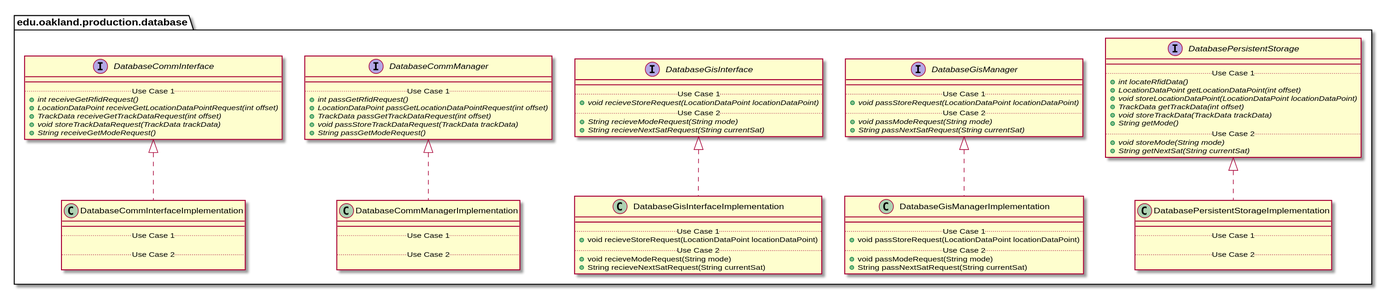
elilley15/csi-3370-software-project keeps this PlantUML diagram as docs/uml-class-diagrams/database/production/DatabaseProductionPackage_InternalDependencies.svg. Above is the earlier version.
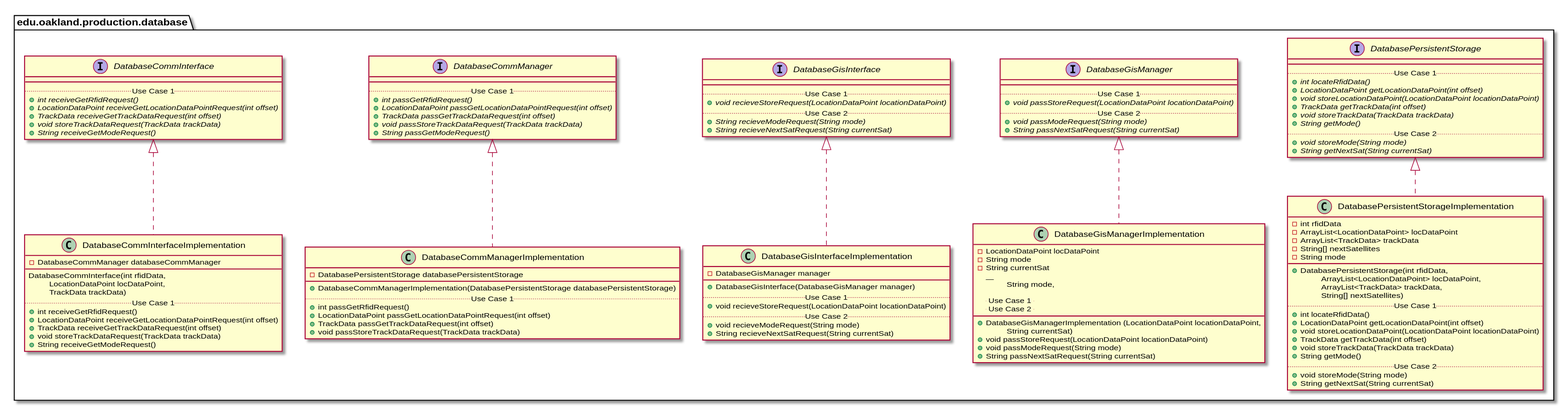
The same diagram one commit later.

Diff of the diagram source:
```diff
@@ -74,11 +74,17 @@
 
 package edu.oakland.production.database {
     class DatabaseCommInterfaceImplementation {
+        - DatabaseCommManager databaseCommManager
         __
+        DatabaseCommInterface(int rfidData,
+        \tLocationDataPoint locDataPoint,
+        \tTrackData trackData)
         .. Use Case 1 ..
-
-        .. Use Case 2 ..
-
+        + int receiveGetRfidRequest()
+        + LocationDataPoint receiveGetLocationDataPointRequest(int offset)
+        + TrackData receiveGetTrackDataRequest(int offset)
+        + void storeTrackDataRequest(TrackData trackData)
+        + String receiveGetModeRequest()
     }
 }
 
@@ -87,11 +93,14 @@
 
 package edu.oakland.production.database {
     class DatabaseCommManagerImplementation {
+        - DatabasePersistentStorage databasePersistentStorage
         __
+        + DatabaseCommManagerImplementation(DatabasePersistentStorage databasePersistentStorage)
         .. Use Case 1 ..
-
-        .. Use Case 2 ..
-
+        + int passGetRfidRequest()
+        + LocationDataPoint passGetLocationDataPointRequest(int offset)
+        + TrackData passGetTrackDataRequest(int offset)
+        + void passStoreTrackDataRequest(TrackData trackData)
     }
 }
 
@@ -100,7 +109,9 @@
 
 package edu.oakland.production.database {
     class DatabaseGisInterfaceImplementation {
+        - DatabaseGisManager manager
         __
+        + DatabaseGisInterface(DatabaseGisManager manager)
         .. Use Case 1 ..
         + void recieveStoreRequest(LocationDataPoint locationDataPoint)
         .. Use Case 2 ..
@@ -114,7 +125,14 @@
 
 package edu.oakland.production.database {
     class DatabaseGisManagerImplementation {
-        __
+    	- LocationDataPoint locDataPoint
+    	- String mode
+    	- String currentSat
+          __
+        + DatabaseGisManagerImplementation (LocationDataPoint locationDataPoint,
+        \tString mode,
+        \tString currentSat)
+
         .. Use Case 1 ..
         + void passStoreRequest(LocationDataPoint locationDataPoint)
         .. Use Case 2 ..
@@ -128,11 +146,26 @@
 
 package edu.oakland.production.database {
     class DatabasePersistentStorageImplementation {
+        - int rfidData
+        - ArrayList<LocationDataPoint> locDataPoint
+        - ArrayList<TrackData> trackData
+        - String[] nextSatellites
+        - String mode
         __
+        + DatabasePersistentStorage(int rfidData,
+        \tArrayList<LocationDataPoint> locDataPoint,
+        \tArrayList<TrackData> trackData,
+        \tString[] nextSatellites)
         .. Use Case 1 ..
-
+        + int locateRfidData()
+        + LocationDataPoint getLocationDataPoint(int offset)
+        + void storeLocationDataPoint(LocationDataPoint locationDataPoint)
+        + TrackData getTrackData(int offset)
+        + void storeTrackData(TrackData trackData)
+        + String getMode()
         .. Use Case 2 ..
-
+        + void storeMode(String mode)
+        + String getNextSat(String currentSat)
     }
 }
 
```
